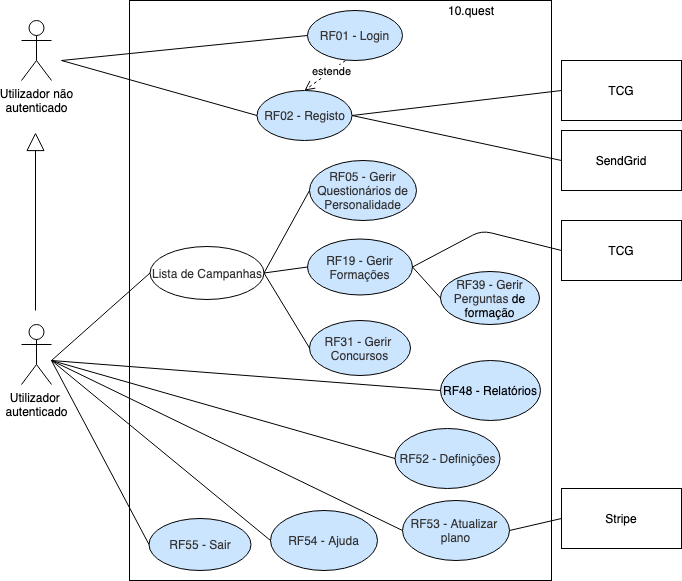
BrunoGrifo/Tese keeps this draw.io diagram as img/rf/alto-nivel.png. Above is the earlier version. Source tidied: cells renumbered, new cells last; positions are measured from the earlier drawing's top-left corner, leaving out a move shared by most shapes. Source of this version:
```xml
<mxGraphModel>
  <root>
    <mxCell id="0" />
    <mxCell id="1" parent="0" />
    <mxCell id="2" style="rounded=0;whiteSpace=wrap;html=1;" parent="1" vertex="1">
      <mxGeometry x="108" width="422" height="580" as="geometry" />
    </mxCell>
    <mxCell id="3" value="10.quest" style="text;html=1;strokeColor=none;fillColor=none;align=center;verticalAlign=middle;whiteSpace=wrap;rounded=0;" parent="1" vertex="1">
      <mxGeometry x="430" width="40" height="20" as="geometry" />
    </mxCell>
    <mxCell id="4" value="Utilizador &lt;br&gt;autenticado" style="shape=umlActor;verticalLabelPosition=bottom;labelBackgroundColor=#ffffff;verticalAlign=top;html=1;" parent="1" vertex="1">
      <mxGeometry y="324" width="30" height="60" as="geometry" />
    </mxCell>
    <mxCell id="5" value="Utilizador não&lt;br&gt;autenticado" style="shape=umlActor;verticalLabelPosition=bottom;labelBackgroundColor=#ffffff;verticalAlign=top;html=1;" parent="1" vertex="1">
      <mxGeometry y="20" width="30" height="60" as="geometry" />
    </mxCell>
    <mxCell id="6" value="RF01 - Login" style="ellipse;whiteSpace=wrap;html=1;fillColor=#CCE5FF;strokeColor=#000000;fontColor=#333333;" parent="1" vertex="1">
      <mxGeometry x="286" y="10" width="95" height="50" as="geometry" />
    </mxCell>
    <mxCell id="7" value="RF02 - Registo" style="ellipse;whiteSpace=wrap;html=1;fillColor=#CCE5FF;strokeColor=#000000;fontColor=#333333;" parent="1" vertex="1">
      <mxGeometry x="235.5" y="90" width="95" height="50" as="geometry" />
    </mxCell>
    <mxCell id="8" style="endArrow=none;html=1;entryX=0;entryY=0.5;entryDx=0;entryDy=0;" parent="1" edge="1" target="7">
      <mxGeometry relative="1" as="geometry">
        <mxPoint x="40" y="60" as="sourcePoint" />
      </mxGeometry>
    </mxCell>
    <mxCell id="9" style="endArrow=none;html=1;entryX=0;entryY=0.5;entryDx=0;entryDy=0;" parent="1" edge="1" target="6">
      <mxGeometry relative="1" as="geometry">
        <mxPoint x="40" y="60" as="sourcePoint" />
      </mxGeometry>
    </mxCell>
    <mxCell id="10" style="endArrow=block;endSize=16;endFill=0;html=1;" parent="1" edge="1">
      <mxGeometry relative="1" as="geometry">
        <mxPoint x="14" y="310" as="sourcePoint" />
        <mxPoint x="14" y="132" as="targetPoint" />
      </mxGeometry>
    </mxCell>
    <mxCell id="11" value="RF05 - Gerir&lt;br&gt;Questionários de Personalidade" style="ellipse;whiteSpace=wrap;html=1;fillColor=#CCE5FF;strokeColor=#000000;fontColor=#333333;" parent="1" vertex="1">
      <mxGeometry x="288" y="160" width="107" height="60" as="geometry" />
    </mxCell>
    <mxCell id="12" value="RF19 - Gerir&lt;br&gt;Formações" style="ellipse;whiteSpace=wrap;html=1;fillColor=#CCE5FF;strokeColor=#000000;fontColor=#333333;" parent="1" vertex="1">
      <mxGeometry x="286" y="238.5" width="105" height="56" as="geometry" />
    </mxCell>
    <mxCell id="13" value="RF52 - Definições" style="ellipse;whiteSpace=wrap;html=1;fillColor=#CCE5FF;strokeColor=#000000;fontColor=#333333;" parent="1" vertex="1">
      <mxGeometry x="373.5" y="428" width="105" height="60" as="geometry" />
    </mxCell>
    <mxCell id="14" value="RF53 - Atualizar&amp;nbsp;&lt;br&gt;plano" style="ellipse;whiteSpace=wrap;html=1;fillColor=#CCE5FF;strokeColor=#000000;fontColor=#333333;" parent="1" vertex="1">
      <mxGeometry x="381" y="500" width="107" height="60" as="geometry" />
    </mxCell>
    <mxCell id="15" value="RF55 - Sair" style="ellipse;whiteSpace=wrap;html=1;fillColor=#CCE5FF;strokeColor=#000000;fontColor=#333333;" parent="1" vertex="1">
      <mxGeometry x="127.5" y="518" width="102" height="52" as="geometry" />
    </mxCell>
    <mxCell id="16" value="RF54 - Ajuda" style="ellipse;whiteSpace=wrap;html=1;fillColor=#CCE5FF;strokeColor=#000000;fontColor=#333333;" parent="1" vertex="1">
      <mxGeometry x="249" y="510" width="107" height="60" as="geometry" />
    </mxCell>
    <mxCell id="17" style="endArrow=none;html=1;entryX=0;entryY=0.5;entryDx=0;entryDy=0;exitX=1;exitY=0.5;exitDx=0;exitDy=0;" parent="1" edge="1" source="36" target="11">
      <mxGeometry relative="1" as="geometry" />
    </mxCell>
    <mxCell id="18" style="endArrow=none;html=1;entryX=0;entryY=0.5;entryDx=0;entryDy=0;" parent="1" edge="1" target="36">
      <mxGeometry relative="1" as="geometry">
        <mxPoint x="30" y="360" as="sourcePoint" />
      </mxGeometry>
    </mxCell>
    <mxCell id="19" style="endArrow=none;html=1;entryX=0;entryY=0.5;entryDx=0;entryDy=0;" parent="1" edge="1" target="13">
      <mxGeometry relative="1" as="geometry">
        <mxPoint x="30" y="360" as="sourcePoint" />
      </mxGeometry>
    </mxCell>
    <mxCell id="20" style="endArrow=none;html=1;entryX=0;entryY=0.5;entryDx=0;entryDy=0;" parent="1" edge="1" target="14">
      <mxGeometry relative="1" as="geometry">
        <mxPoint x="30" y="360" as="sourcePoint" />
      </mxGeometry>
    </mxCell>
    <mxCell id="21" style="endArrow=none;html=1;entryX=0;entryY=0.5;entryDx=0;entryDy=0;" parent="1" edge="1" target="16">
      <mxGeometry relative="1" as="geometry">
        <mxPoint x="30" y="360" as="sourcePoint" />
      </mxGeometry>
    </mxCell>
    <mxCell id="22" style="endArrow=none;html=1;entryX=0;entryY=0.5;entryDx=0;entryDy=0;" parent="1" edge="1" target="15">
      <mxGeometry relative="1" as="geometry">
        <mxPoint x="30" y="360" as="sourcePoint" />
      </mxGeometry>
    </mxCell>
    <mxCell id="23" style="endArrow=none;html=1;exitX=1;exitY=0.5;exitDx=0;exitDy=0;entryX=0;entryY=0.5;entryDx=0;entryDy=0;" parent="1" edge="1" source="14" target="24">
      <mxGeometry relative="1" as="geometry" />
    </mxCell>
    <mxCell id="24" value="Stripe" style="rounded=0;whiteSpace=wrap;html=1;" parent="1" vertex="1">
      <mxGeometry x="540" y="488" width="120" height="60" as="geometry" />
    </mxCell>
    <mxCell id="25" value="RF31 - Gerir &lt;br&gt;Concursos" style="ellipse;whiteSpace=wrap;html=1;fillColor=#CCE5FF;strokeColor=#000000;fontColor=#333333;" parent="1" vertex="1">
      <mxGeometry x="288" y="320" width="101" height="55" as="geometry" />
    </mxCell>
    <mxCell id="26" style="endArrow=none;html=1;entryX=0;entryY=0.5;entryDx=0;entryDy=0;exitX=1;exitY=0.5;exitDx=0;exitDy=0;" parent="1" edge="1" source="36" target="25">
      <mxGeometry relative="1" as="geometry" />
    </mxCell>
    <mxCell id="27" value="RF39 - Gerir&lt;br&gt;Perguntas&amp;nbsp;&lt;span style=&quot;color: rgb(0 , 0 , 0)&quot;&gt;de formação&lt;/span&gt;" style="ellipse;whiteSpace=wrap;html=1;fillColor=#CCE5FF;strokeColor=#000000;fontColor=#333333;" parent="1" vertex="1">
      <mxGeometry x="419" y="271" width="99" height="53" as="geometry" />
    </mxCell>
    <mxCell id="28" style="endArrow=none;html=1;entryX=0;entryY=0.5;entryDx=0;entryDy=0;exitX=1;exitY=0.5;exitDx=0;exitDy=0;" parent="1" edge="1" source="12" target="27">
      <mxGeometry relative="1" as="geometry" />
    </mxCell>
    <mxCell id="29" value="estende" style="html=1;verticalAlign=bottom;endArrow=open;dashed=1;endSize=8;exitX=0.4;exitY=1;exitDx=0;exitDy=0;entryX=0.5;entryY=0;entryDx=0;entryDy=0;exitPerimeter=0;" parent="1" edge="1" source="6" target="7">
      <mxGeometry x="-0.09" y="8" relative="1" as="geometry" />
    </mxCell>
    <mxCell id="30" style="endArrow=none;html=1;exitX=1;exitY=0.5;exitDx=0;exitDy=0;entryX=0;entryY=0.5;entryDx=0;entryDy=0;" parent="1" edge="1" source="7" target="31">
      <mxGeometry relative="1" as="geometry" />
    </mxCell>
    <mxCell id="31" value="TCG" style="rounded=0;whiteSpace=wrap;html=1;" parent="1" vertex="1">
      <mxGeometry x="540" y="60" width="120" height="60" as="geometry" />
    </mxCell>
    <mxCell id="32" value="RF48 - Relatórios" style="ellipse;whiteSpace=wrap;html=1;fillColor=#CCE5FF;" parent="1" vertex="1">
      <mxGeometry x="419" y="360" width="100" height="60" as="geometry" />
    </mxCell>
    <mxCell id="33" style="endArrow=none;html=1;entryX=0;entryY=0.5;entryDx=0;entryDy=0;" parent="1" edge="1" target="32">
      <mxGeometry relative="1" as="geometry">
        <mxPoint x="30" y="360" as="sourcePoint" />
      </mxGeometry>
    </mxCell>
    <mxCell id="34" value="SendGrid" style="rounded=0;whiteSpace=wrap;html=1;" parent="1" vertex="1">
      <mxGeometry x="540" y="130" width="120" height="60" as="geometry" />
    </mxCell>
    <mxCell id="35" style="endArrow=none;html=1;exitX=1;exitY=0.5;exitDx=0;exitDy=0;entryX=0;entryY=0.5;entryDx=0;entryDy=0;" parent="1" edge="1" source="7" target="34">
      <mxGeometry relative="1" as="geometry" />
    </mxCell>
    <mxCell id="36" value="Lista de Campanhas" style="ellipse;whiteSpace=wrap;html=1;strokeColor=#000000;fontColor=#333333;fillColor=none;" parent="1" vertex="1">
      <mxGeometry x="128.5" y="246" width="114" height="53" as="geometry" />
    </mxCell>
    <mxCell id="37" style="endArrow=none;html=1;entryX=0;entryY=0.5;entryDx=0;entryDy=0;exitX=1;exitY=0.5;exitDx=0;exitDy=0;" parent="1" edge="1" source="36" target="12">
      <mxGeometry relative="1" as="geometry" />
    </mxCell>
    <mxCell id="38" value="TCG" style="rounded=0;whiteSpace=wrap;html=1;" parent="1" vertex="1">
      <mxGeometry x="540" y="220" width="120" height="60" as="geometry" />
    </mxCell>
    <mxCell id="39" style="endArrow=none;html=1;exitX=1;exitY=0.5;exitDx=0;exitDy=0;entryX=0;entryY=0.5;entryDx=0;entryDy=0;" parent="1" edge="1" source="12" target="38">
      <mxGeometry relative="1" as="geometry">
        <Array as="points">
          <mxPoint x="460" y="230" />
        </Array>
      </mxGeometry>
    </mxCell>
  </root>
</mxGraphModel>
```
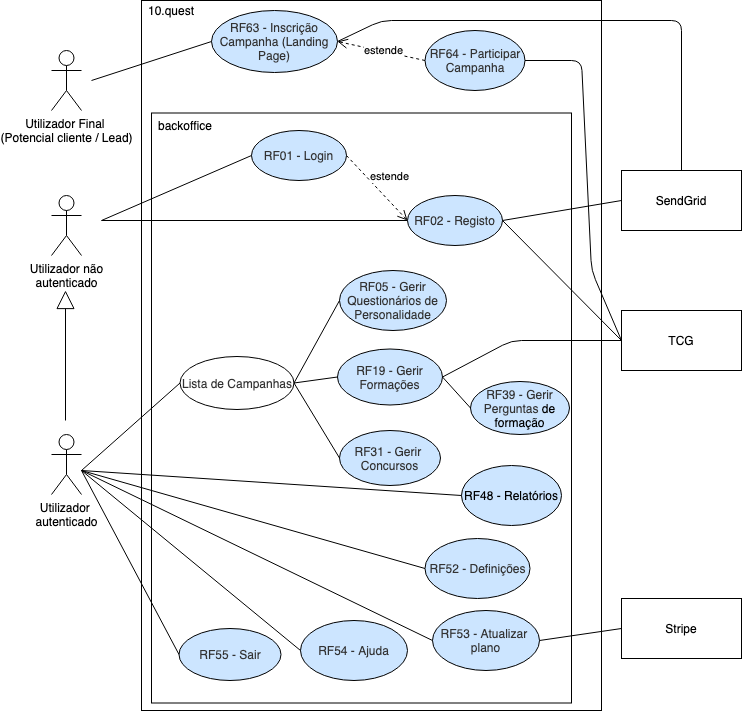
Later version of the same file.

What changed in the source:
```diff
@@ -3,37 +3,40 @@
     <mxCell id="0" />
     <mxCell id="1" parent="0" />
     <mxCell id="2" style="rounded=0;whiteSpace=wrap;html=1;" parent="1" vertex="1">
-      <mxGeometry x="108" width="422" height="580" as="geometry" />
+      <mxGeometry x="90" y="-110" width="460" height="710" as="geometry" />
     </mxCell>
+    <mxCell id="40" style="rounded=0;whiteSpace=wrap;html=1;" parent="1" vertex="1">
+      <mxGeometry x="100" y="2.5" width="420" height="590" as="geometry" />
+    </mxCell>
     <mxCell id="3" value="10.quest" style="text;html=1;strokeColor=none;fillColor=none;align=center;verticalAlign=middle;whiteSpace=wrap;rounded=0;" parent="1" vertex="1">
-      <mxGeometry x="430" width="40" height="20" as="geometry" />
+      <mxGeometry x="100" y="-110" width="40" height="20" as="geometry" />
     </mxCell>
     <mxCell id="4" value="Utilizador &lt;br&gt;autenticado" style="shape=umlActor;verticalLabelPosition=bottom;labelBackgroundColor=#ffffff;verticalAlign=top;html=1;" parent="1" vertex="1">
       <mxGeometry y="324" width="30" height="60" as="geometry" />
     </mxCell>
     <mxCell id="5" value="Utilizador não&lt;br&gt;autenticado" style="shape=umlActor;verticalLabelPosition=bottom;labelBackgroundColor=#ffffff;verticalAlign=top;html=1;" parent="1" vertex="1">
-      <mxGeometry y="20" width="30" height="60" as="geometry" />
+      <mxGeometry y="85" width="30" height="60" as="geometry" />
     </mxCell>
     <mxCell id="6" value="RF01 - Login" style="ellipse;whiteSpace=wrap;html=1;fillColor=#CCE5FF;strokeColor=#000000;fontColor=#333333;" parent="1" vertex="1">
-      <mxGeometry x="286" y="10" width="95" height="50" as="geometry" />
+      <mxGeometry x="200" y="20" width="95" height="50" as="geometry" />
     </mxCell>
     <mxCell id="7" value="RF02 - Registo" style="ellipse;whiteSpace=wrap;html=1;fillColor=#CCE5FF;strokeColor=#000000;fontColor=#333333;" parent="1" vertex="1">
-      <mxGeometry x="235.5" y="90" width="95" height="50" as="geometry" />
+      <mxGeometry x="356" y="85" width="95" height="50" as="geometry" />
     </mxCell>
     <mxCell id="8" style="endArrow=none;html=1;entryX=0;entryY=0.5;entryDx=0;entryDy=0;" parent="1" edge="1" target="7">
       <mxGeometry relative="1" as="geometry">
-        <mxPoint x="40" y="60" as="sourcePoint" />
+        <mxPoint x="50" y="110" as="sourcePoint" />
       </mxGeometry>
     </mxCell>
     <mxCell id="9" style="endArrow=none;html=1;entryX=0;entryY=0.5;entryDx=0;entryDy=0;" parent="1" edge="1" target="6">
       <mxGeometry relative="1" as="geometry">
-        <mxPoint x="40" y="60" as="sourcePoint" />
+        <mxPoint x="50" y="110" as="sourcePoint" />
       </mxGeometry>
     </mxCell>
     <mxCell id="10" style="endArrow=block;endSize=16;endFill=0;html=1;" parent="1" edge="1">
       <mxGeometry relative="1" as="geometry">
         <mxPoint x="14" y="310" as="sourcePoint" />
-        <mxPoint x="14" y="132" as="targetPoint" />
+        <mxPoint x="14" y="180" as="targetPoint" />
       </mxGeometry>
     </mxCell>
     <mxCell id="11" value="RF05 - Gerir&lt;br&gt;Questionários de Personalidade" style="ellipse;whiteSpace=wrap;html=1;fillColor=#CCE5FF;strokeColor=#000000;fontColor=#333333;" parent="1" vertex="1">
@@ -86,7 +89,7 @@
       <mxGeometry relative="1" as="geometry" />
     </mxCell>
     <mxCell id="24" value="Stripe" style="rounded=0;whiteSpace=wrap;html=1;" parent="1" vertex="1">
-      <mxGeometry x="540" y="488" width="120" height="60" as="geometry" />
+      <mxGeometry x="570" y="488" width="120" height="60" as="geometry" />
     </mxCell>
     <mxCell id="25" value="RF31 - Gerir &lt;br&gt;Concursos" style="ellipse;whiteSpace=wrap;html=1;fillColor=#CCE5FF;strokeColor=#000000;fontColor=#333333;" parent="1" vertex="1">
       <mxGeometry x="288" y="320" width="101" height="55" as="geometry" />
@@ -100,17 +103,17 @@
     <mxCell id="28" style="endArrow=none;html=1;entryX=0;entryY=0.5;entryDx=0;entryDy=0;exitX=1;exitY=0.5;exitDx=0;exitDy=0;" parent="1" edge="1" source="12" target="27">
       <mxGeometry relative="1" as="geometry" />
     </mxCell>
-    <mxCell id="29" value="estende" style="html=1;verticalAlign=bottom;endArrow=open;dashed=1;endSize=8;exitX=0.4;exitY=1;exitDx=0;exitDy=0;entryX=0.5;entryY=0;entryDx=0;entryDy=0;exitPerimeter=0;" parent="1" edge="1" source="6" target="7">
-      <mxGeometry x="-0.09" y="8" relative="1" as="geometry" />
+    <mxCell id="29" value="estende" style="html=1;verticalAlign=bottom;endArrow=open;dashed=1;endSize=8;exitX=1;exitY=0.5;exitDx=0;exitDy=0;entryX=0;entryY=0.5;entryDx=0;entryDy=0;" parent="1" edge="1" source="6" target="7">
+      <mxGeometry x="0.14" y="11" relative="1" as="geometry" />
     </mxCell>
     <mxCell id="30" style="endArrow=none;html=1;exitX=1;exitY=0.5;exitDx=0;exitDy=0;entryX=0;entryY=0.5;entryDx=0;entryDy=0;" parent="1" edge="1" source="7" target="31">
       <mxGeometry relative="1" as="geometry" />
     </mxCell>
     <mxCell id="31" value="TCG" style="rounded=0;whiteSpace=wrap;html=1;" parent="1" vertex="1">
-      <mxGeometry x="540" y="60" width="120" height="60" as="geometry" />
+      <mxGeometry x="570" y="200" width="120" height="60" as="geometry" />
     </mxCell>
     <mxCell id="32" value="RF48 - Relatórios" style="ellipse;whiteSpace=wrap;html=1;fillColor=#CCE5FF;" parent="1" vertex="1">
-      <mxGeometry x="419" y="360" width="100" height="60" as="geometry" />
+      <mxGeometry x="410" y="355" width="100" height="60" as="geometry" />
     </mxCell>
     <mxCell id="33" style="endArrow=none;html=1;entryX=0;entryY=0.5;entryDx=0;entryDy=0;" parent="1" edge="1" target="32">
       <mxGeometry relative="1" as="geometry">
@@ -118,7 +121,7 @@
       </mxGeometry>
     </mxCell>
     <mxCell id="34" value="SendGrid" style="rounded=0;whiteSpace=wrap;html=1;" parent="1" vertex="1">
-      <mxGeometry x="540" y="130" width="120" height="60" as="geometry" />
+      <mxGeometry x="570" y="60" width="120" height="60" as="geometry" />
     </mxCell>
     <mxCell id="35" style="endArrow=none;html=1;exitX=1;exitY=0.5;exitDx=0;exitDy=0;entryX=0;entryY=0.5;entryDx=0;entryDy=0;" parent="1" edge="1" source="7" target="34">
       <mxGeometry relative="1" as="geometry" />
@@ -129,15 +132,48 @@
     <mxCell id="37" style="endArrow=none;html=1;entryX=0;entryY=0.5;entryDx=0;entryDy=0;exitX=1;exitY=0.5;exitDx=0;exitDy=0;" parent="1" edge="1" source="36" target="12">
       <mxGeometry relative="1" as="geometry" />
     </mxCell>
-    <mxCell id="38" value="TCG" style="rounded=0;whiteSpace=wrap;html=1;" parent="1" vertex="1">
-      <mxGeometry x="540" y="220" width="120" height="60" as="geometry" />
-    </mxCell>
-    <mxCell id="39" style="endArrow=none;html=1;exitX=1;exitY=0.5;exitDx=0;exitDy=0;entryX=0;entryY=0.5;entryDx=0;entryDy=0;" parent="1" edge="1" source="12" target="38">
+    <mxCell id="39" style="endArrow=none;html=1;exitX=1;exitY=0.5;exitDx=0;exitDy=0;entryX=0;entryY=0.5;entryDx=0;entryDy=0;" parent="1" edge="1" source="12" target="31">
       <mxGeometry relative="1" as="geometry">
         <Array as="points">
           <mxPoint x="460" y="230" />
         </Array>
       </mxGeometry>
     </mxCell>
+    <mxCell id="41" value="Utilizador Final &lt;br&gt;(Potencial cliente / Lead)" style="shape=umlActor;verticalLabelPosition=bottom;labelBackgroundColor=#ffffff;verticalAlign=top;html=1;" parent="1" vertex="1">
+      <mxGeometry y="-60" width="30" height="60" as="geometry" />
+    </mxCell>
+    <mxCell id="42" value="RF63 - Inscrição Campanha (Landing Page)" style="ellipse;whiteSpace=wrap;html=1;fillColor=#CCE5FF;strokeColor=#000000;fontColor=#333333;" parent="1" vertex="1">
+      <mxGeometry x="160" y="-100" width="126" height="62" as="geometry" />
+    </mxCell>
+    <mxCell id="43" value="RF64 - Participar Campanha" style="ellipse;whiteSpace=wrap;html=1;fillColor=#CCE5FF;strokeColor=#000000;fontColor=#333333;" parent="1" vertex="1">
+      <mxGeometry x="373.5" y="-80" width="100" height="60" as="geometry" />
+    </mxCell>
+    <mxCell id="44" value="estende" style="html=1;verticalAlign=bottom;endArrow=open;dashed=1;endSize=8;exitX=0;exitY=0.5;exitDx=0;exitDy=0;entryX=1;entryY=0.5;entryDx=0;entryDy=0;" parent="1" edge="1" source="43" target="42">
+      <mxGeometry x="-0.09" y="8" relative="1" as="geometry" />
+    </mxCell>
+    <mxCell id="45" style="endArrow=none;html=1;entryX=0.5;entryY=0;entryDx=0;entryDy=0;exitX=1;exitY=0.5;exitDx=0;exitDy=0;" parent="1" edge="1" source="42" target="34">
+      <mxGeometry relative="1" as="geometry">
+        <Array as="points">
+          <mxPoint x="330" y="-90" />
+          <mxPoint x="630" y="-90" />
+        </Array>
+      </mxGeometry>
+    </mxCell>
+    <mxCell id="46" style="endArrow=none;html=1;exitX=1;exitY=0.5;exitDx=0;exitDy=0;entryX=0;entryY=0.5;entryDx=0;entryDy=0;" parent="1" edge="1" source="43" target="31">
+      <mxGeometry relative="1" as="geometry">
+        <Array as="points">
+          <mxPoint x="530" y="-50" />
+          <mxPoint x="540" y="160" />
+        </Array>
+      </mxGeometry>
+    </mxCell>
+    <mxCell id="47" style="endArrow=none;html=1;entryX=0;entryY=0.5;entryDx=0;entryDy=0;" parent="1" edge="1" target="42">
+      <mxGeometry relative="1" as="geometry">
+        <mxPoint x="40" y="-30" as="sourcePoint" />
+      </mxGeometry>
+    </mxCell>
+    <mxCell id="48" value="backoffice" style="text;html=1;strokeColor=none;fillColor=none;align=center;verticalAlign=middle;whiteSpace=wrap;rounded=0;" parent="1" vertex="1">
+      <mxGeometry x="114" y="5" width="40" height="20" as="geometry" />
+    </mxCell>
   </root>
 </mxGraphModel>
```
